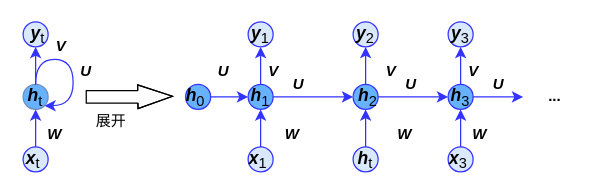
The draw.io diagram page "第 6 页" (6 of 9) of 未命名绘图.drawio in DOLO520/data-analysis, before the edit. Source tidied: cells renumbered, new cells numbered last; positions are measured from the earlier drawing's top-left corner, leaving out a move shared by most shapes. Both pictures are drawn from the tidied source at 125%, with x=0, y=0 at pixel (22, 21).
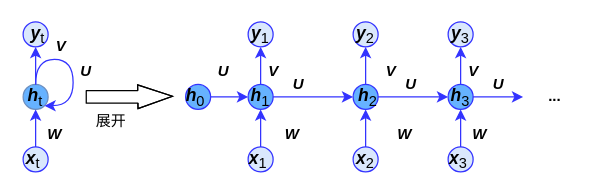
The same diagram, later.

Unchanged cells that the change refers to:
```xml
<mxCell id="16" style="group;" parent="1" vertex="1">
  <mxGeometry x="264" width="20" height="120" as="geometry" />
</mxCell>
```

Change to the diagram source:
```diff
@@
-    <mxCell id="20" value="&lt;span lang=&quot;EN-US&quot; style=&quot;font-size: 10.5pt&quot;&gt;&lt;b&gt;&lt;i&gt;h&lt;/i&gt;&lt;/b&gt;&lt;sub&gt;t&lt;/sub&gt;&lt;/span&gt;" style="ellipse;whiteSpace=wrap;html=1;fillColor=#dae8fc;strokeColor=#3333FF;" parent="16" vertex="1">
+    <mxCell id="20" value="&lt;span lang=&quot;EN-US&quot; style=&quot;font-size: 10.5pt&quot;&gt;&lt;b&gt;&lt;i&gt;x&lt;/i&gt;&lt;/b&gt;&lt;sub&gt;2&lt;/sub&gt;&lt;/span&gt;" style="ellipse;whiteSpace=wrap;html=1;fillColor=#dae8fc;strokeColor=#3333FF;" parent="16" vertex="1">
       <mxGeometry y="100" width="20" height="20" as="geometry" />
     </mxCell>
```
